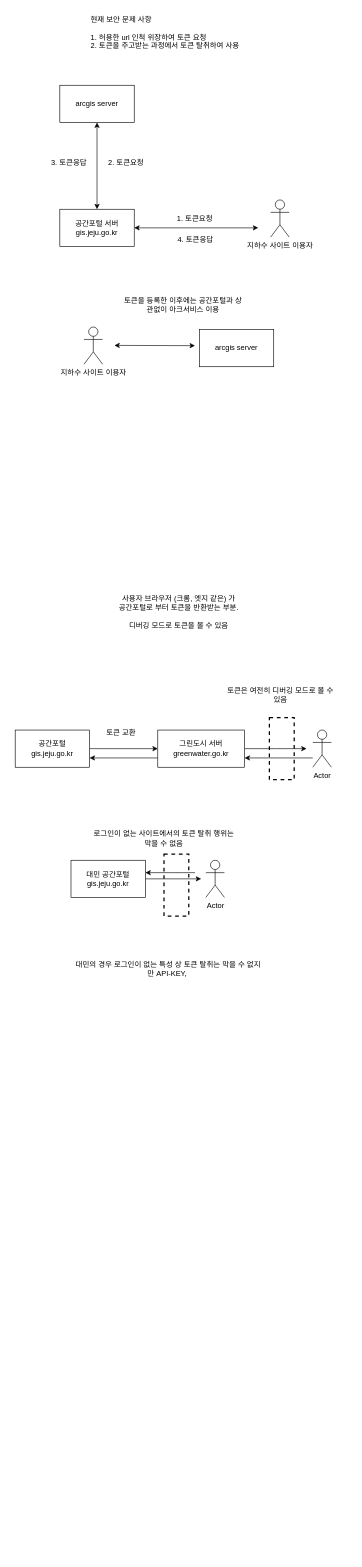
Before: 제목 없는 다이어그램2.drawio in nadale28/drawio, a draw.io diagram. Source tidied: cells renumbered, new cells numbered last; positions are measured from the earlier drawing's top-left corner, leaving out a move shared by most shapes. Both pictures are drawn from the tidied source at 62%, with x=0, y=0 at pixel (15, 11).
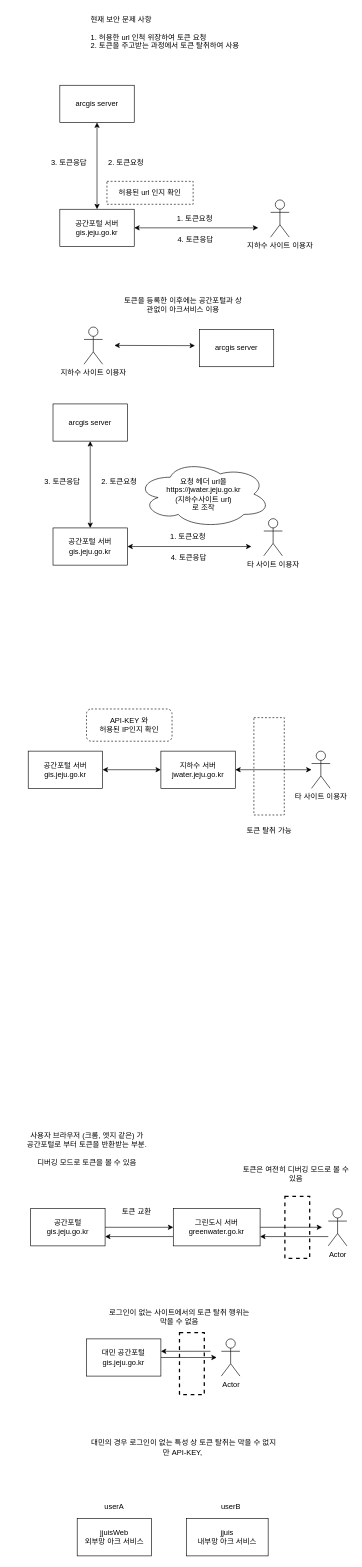
The same page after the edit.

Commit message (it also covers changes not shown here):
제목 없는 다이어그램2.drawio 업데이트

Change to the diagram source:
```diff
@@
     <mxCell id="9" value="사용자 브라우저 (크롬, 엣지 같은) 가&lt;br&gt;공간포털로 부터 토큰을 반환받는 부분.&lt;br&gt;&lt;br&gt;디버깅 모드로 토큰을 볼 수 있음" style="text;html=1;strokeColor=none;fillColor=none;align=center;verticalAlign=middle;whiteSpace=wrap;rounded=0;" parent="1" vertex="1">
-      <mxGeometry x="141" y="930" width="246" height="80" as="geometry" />
+      <mxGeometry x="-7" y="1796" width="246" height="80" as="geometry" />
     </mxCell>
@@
     <mxCell id="11" value="공간포털&lt;br&gt;gis.jeju.go.kr" style="rounded=0;whiteSpace=wrap;html=1;" parent="1" vertex="1">
-      <mxGeometry y="1160" width="120" height="60" as="geometry" />
+      <mxGeometry x="25" y="1932" width="120" height="60" as="geometry" />
     </mxCell>
     <mxCell id="12" style="edgeStyle=orthogonalEdgeStyle;rounded=0;jettySize=auto;html=1;entryX=1;entryY=0.75;entryDx=0;entryDy=0;" parent="1" edge="1" source="14" target="11">
       <mxGeometry relative="1" as="geometry">
         <Array as="points">
-          <mxPoint x="260" y="1205" />
-          <mxPoint x="260" y="1205" />
+          <mxPoint x="285" y="1977" />
+          <mxPoint x="285" y="1977" />
         </Array>
       </mxGeometry>
     </mxCell>
     <mxCell id="13" style="edgeStyle=orthogonalEdgeStyle;rounded=0;jettySize=auto;html=1;" parent="1" edge="1" source="14">
       <mxGeometry relative="1" as="geometry">
-        <mxPoint x="470" y="1190" as="targetPoint" />
+        <mxPoint x="495" y="1962" as="targetPoint" />
       </mxGeometry>
     </mxCell>
     <mxCell id="14" value="그린도시 서버&lt;br&gt;greenwater.go.kr" style="rounded=0;whiteSpace=wrap;html=1;" parent="1" vertex="1">
-      <mxGeometry x="230" y="1160" width="140" height="60" as="geometry" />
+      <mxGeometry x="255" y="1932" width="140" height="60" as="geometry" />
     </mxCell>
     <mxCell id="15" value="토큰 교환" style="text;html=1;strokeColor=none;fillColor=none;align=center;verticalAlign=middle;whiteSpace=wrap;rounded=0;" parent="1" vertex="1">
-      <mxGeometry x="141" y="1150" width="60" height="30" as="geometry" />
+      <mxGeometry x="166" y="1922" width="60" height="30" as="geometry" />
     </mxCell>
     <mxCell id="16" style="edgeStyle=orthogonalEdgeStyle;rounded=0;jettySize=auto;html=1;entryX=1;entryY=0.75;entryDx=0;entryDy=0;" parent="1" edge="1" source="17" target="14">
       <mxGeometry relative="1" as="geometry">
         <Array as="points">
-          <mxPoint x="460" y="1205" />
-          <mxPoint x="460" y="1205" />
+          <mxPoint x="485" y="1977" />
+          <mxPoint x="485" y="1977" />
         </Array>
       </mxGeometry>
     </mxCell>
     <mxCell id="17" value="Actor" style="shape=umlActor;verticalLabelPosition=bottom;verticalAlign=top;html=1;outlineConnect=0;" parent="1" vertex="1">
-      <mxGeometry x="480" y="1160" width="30" height="60" as="geometry" />
+      <mxGeometry x="505" y="1932" width="30" height="60" as="geometry" />
     </mxCell>
     <mxCell id="18" style="rounded=0;whiteSpace=wrap;html=1;dashed=1;fillColor=none;strokeWidth=2;" parent="1" vertex="1">
-      <mxGeometry x="410" y="1140" width="40" height="100" as="geometry" />
+      <mxGeometry x="435" y="1912" width="40" height="100" as="geometry" />
     </mxCell>
     <mxCell id="19" value="토큰은 여전히 디버깅 모드로 볼 수 있음" style="text;html=1;strokeColor=none;fillColor=none;align=center;verticalAlign=middle;whiteSpace=wrap;rounded=0;" parent="1" vertex="1">
-      <mxGeometry x="337.5" y="1089" width="180" height="30" as="geometry" />
+      <mxGeometry x="362.5" y="1861" width="180" height="30" as="geometry" />
     </mxCell>
     <mxCell id="20" style="edgeStyle=orthogonalEdgeStyle;rounded=0;jettySize=auto;html=1;" parent="1" edge="1" source="21">
       <mxGeometry relative="1" as="geometry">
-        <mxPoint x="300" y="1400" as="targetPoint" />
+        <mxPoint x="325" y="2172" as="targetPoint" />
       </mxGeometry>
     </mxCell>
     <mxCell id="21" value="대민 공간포털&lt;br&gt;gis.jeju.go.kr" style="rounded=0;whiteSpace=wrap;html=1;" parent="1" vertex="1">
-      <mxGeometry x="90" y="1370" width="120" height="60" as="geometry" />
+      <mxGeometry x="115" y="2142" width="120" height="60" as="geometry" />
     </mxCell>
     <mxCell id="22" style="edgeStyle=orthogonalEdgeStyle;rounded=0;jettySize=auto;html=1;" parent="1" edge="1" target="21">
       <mxGeometry relative="1" as="geometry">
-        <mxPoint x="290" y="1390" as="sourcePoint" />
+        <mxPoint x="315" y="2162" as="sourcePoint" />
         <Array as="points">
-          <mxPoint x="270" y="1390" />
-          <mxPoint x="270" y="1390" />
+          <mxPoint x="295" y="2162" />
+          <mxPoint x="295" y="2162" />
         </Array>
       </mxGeometry>
     </mxCell>
     <mxCell id="23" value="Actor" style="shape=umlActor;verticalLabelPosition=bottom;verticalAlign=top;html=1;" parent="1" vertex="1">
-      <mxGeometry x="307.5" y="1370" width="30" height="60" as="geometry" />
+      <mxGeometry x="332.5" y="2142" width="30" height="60" as="geometry" />
     </mxCell>
     <mxCell id="24" value="로그인이 없는 사이트에서의 토큰 탈취 행위는 막을 수 없음" style="text;html=1;strokeColor=none;fillColor=none;align=center;verticalAlign=middle;whiteSpace=wrap;rounded=0;" parent="1" vertex="1">
-      <mxGeometry x="120" y="1320" width="240" height="30" as="geometry" />
+      <mxGeometry x="145" y="2092" width="240" height="30" as="geometry" />
     </mxCell>
     <mxCell id="25" style="rounded=0;whiteSpace=wrap;html=1;dashed=1;fillColor=none;strokeWidth=2;" parent="1" vertex="1">
-      <mxGeometry x="240" y="1360" width="40" height="100" as="geometry" />
+      <mxGeometry x="265" y="2132" width="40" height="100" as="geometry" />
     </mxCell>
     <mxCell id="26" value="대민의 경우 로그인이 없는 특성 상 토큰 탈취는 막을 수 없지만 API-KEY,&amp;nbsp;" style="text;html=1;strokeColor=none;fillColor=none;align=center;verticalAlign=middle;whiteSpace=wrap;rounded=0;" parent="1" vertex="1">
-      <mxGeometry x="94" y="1530" width="306" height="30" as="geometry" />
+      <mxGeometry x="119" y="2302" width="306" height="30" as="geometry" />
     </mxCell>
@@
+    <mxCell id="34" value="공간포털 서버&lt;br&gt;gis.jeju.go.kr" style="rounded=0;whiteSpace=wrap;html=1;" parent="1" vertex="1">
+      <mxGeometry x="61" y="834" width="120" height="60" as="geometry" />
+    </mxCell>
+    <mxCell id="35" value="arcgis server" style="rounded=0;whiteSpace=wrap;html=1;" parent="1" vertex="1">
+      <mxGeometry x="61" y="634" width="120" height="60" as="geometry" />
+    </mxCell>
+    <mxCell id="36" style="endArrow=classic;html=1;rounded=0;entryX=0.5;entryY=1;entryDx=0;entryDy=0;startArrow=classic;startFill=1;" parent="1" edge="1" target="35">
+      <mxGeometry relative="1" as="geometry">
+        <mxPoint x="121" y="834" as="sourcePoint" />
+      </mxGeometry>
+    </mxCell>
+    <mxCell id="37" value="2. 토큰요청" style="text;html=1;strokeColor=none;fillColor=none;align=center;verticalAlign=middle;whiteSpace=wrap;rounded=0;" parent="1" vertex="1">
+      <mxGeometry x="133" y="744" width="70" height="30" as="geometry" />
+    </mxCell>
+    <mxCell id="38" style="endArrow=classic;html=1;rounded=0;entryX=1;entryY=0.5;entryDx=0;entryDy=0;startArrow=classic;startFill=1;" parent="1" edge="1" target="34">
+      <mxGeometry relative="1" as="geometry">
+        <mxPoint x="381" y="864" as="sourcePoint" />
+      </mxGeometry>
+    </mxCell>
+    <mxCell id="39" value="1. 토큰요청" style="text;html=1;strokeColor=none;fillColor=none;align=center;verticalAlign=middle;whiteSpace=wrap;rounded=0;" parent="1" vertex="1">
+      <mxGeometry x="237" y="834" width="84" height="30" as="geometry" />
+    </mxCell>
+    <mxCell id="40" value="타 사이트 이용자" style="shape=umlActor;verticalLabelPosition=bottom;verticalAlign=top;html=1;" parent="1" vertex="1">
+      <mxGeometry x="401" y="819" width="30" height="60" as="geometry" />
+    </mxCell>
+    <mxCell id="41" value="3. 토큰응답" style="text;html=1;strokeColor=none;fillColor=none;align=center;verticalAlign=middle;whiteSpace=wrap;rounded=0;" parent="1" vertex="1">
+      <mxGeometry x="41" y="744" width="70" height="30" as="geometry" />
+    </mxCell>
+    <mxCell id="42" value="4. 토큰응답" style="text;html=1;strokeColor=none;fillColor=none;align=center;verticalAlign=middle;whiteSpace=wrap;rounded=0;" parent="1" vertex="1">
+      <mxGeometry x="245" y="868" width="70" height="30" as="geometry" />
+    </mxCell>
+    <mxCell id="43" value="요청 헤더 url을&lt;br&gt;https://jwater.jeju.go.kr &lt;br&gt;(지하수사이트 url)&lt;br&gt;로 조작" style="ellipse;shape=cloud;whiteSpace=wrap;html=1;" parent="1" vertex="1">
+      <mxGeometry x="196" y="725" width="216" height="109" as="geometry" />
+    </mxCell>
+    <mxCell id="44" style="edgeStyle=orthogonalEdgeStyle;rounded=0;jettySize=auto;html=1;startArrow=classic;startFill=1;entryX=0;entryY=0.5;entryDx=0;entryDy=0;" parent="1" edge="1" source="45" target="47">
+      <mxGeometry relative="1" as="geometry" />
+    </mxCell>
+    <mxCell id="45" value="공간포털 서버&lt;br&gt;gis.jeju.go.kr" style="rounded=0;whiteSpace=wrap;html=1;" parent="1" vertex="1">
+      <mxGeometry x="21" y="1194" width="120" height="60" as="geometry" />
+    </mxCell>
+    <mxCell id="46" style="edgeStyle=orthogonalEdgeStyle;rounded=0;jettySize=auto;html=1;startArrow=classic;startFill=1;" parent="1" edge="1" source="47" target="48">
+      <mxGeometry relative="1" as="geometry" />
+    </mxCell>
+    <mxCell id="47" value="지하수 서버&lt;br&gt;jwater.jeju.go.kr" style="rounded=0;whiteSpace=wrap;html=1;" parent="1" vertex="1">
+      <mxGeometry x="235" y="1194" width="120" height="60" as="geometry" />
+    </mxCell>
+    <mxCell id="48" value="타 사이트 이용자" style="shape=umlActor;verticalLabelPosition=bottom;verticalAlign=top;html=1;outlineConnect=0;" parent="1" vertex="1">
+      <mxGeometry x="478" y="1194" width="30" height="60" as="geometry" />
+    </mxCell>
+    <mxCell id="49" value="허용된 url 인지 확인" style="rounded=0;whiteSpace=wrap;html=1;dashed=1;" parent="1" vertex="1">
+      <mxGeometry x="148" y="275" width="139" height="37" as="geometry" />
+    </mxCell>
+    <mxCell id="50" value="API-KEY 와&lt;br&gt;허용된 IP인지 확인" style="rounded=1;whiteSpace=wrap;html=1;dashed=1;" parent="1" vertex="1">
+      <mxGeometry x="115" y="1126" width="138" height="52" as="geometry" />
+    </mxCell>
+    <mxCell id="51" style="rounded=0;whiteSpace=wrap;html=1;fillColor=none;dashed=1;" parent="1" vertex="1">
+      <mxGeometry x="385" y="1140" width="49" height="157" as="geometry" />
+    </mxCell>
+    <mxCell id="52" value="토큰 탈취 가능" style="text;html=1;strokeColor=none;fillColor=none;align=center;verticalAlign=middle;whiteSpace=wrap;rounded=0;" parent="1" vertex="1">
+      <mxGeometry x="361.8" y="1308" width="95.5" height="30" as="geometry" />
+    </mxCell>
+    <mxCell id="53" value="jjuisWeb&lt;br&gt;외부망 아크 서비스" style="rounded=0;whiteSpace=wrap;html=1;" parent="1" vertex="1">
+      <mxGeometry x="100" y="2432" width="120" height="60" as="geometry" />
+    </mxCell>
+    <mxCell id="54" value="jjuis&lt;br&gt;내부망 아크 서비스" style="rounded=0;whiteSpace=wrap;html=1;" parent="1" vertex="1">
+      <mxGeometry x="276" y="2432" width="132" height="60" as="geometry" />
+    </mxCell>
+    <mxCell id="55" value="userA" style="text;html=1;strokeColor=none;fillColor=none;align=center;verticalAlign=middle;whiteSpace=wrap;rounded=0;" parent="1" vertex="1">
+      <mxGeometry x="130" y="2398" width="60" height="30" as="geometry" />
+    </mxCell>
+    <mxCell id="56" value="userB" style="text;html=1;strokeColor=none;fillColor=none;align=center;verticalAlign=middle;whiteSpace=wrap;rounded=0;" parent="1" vertex="1">
+      <mxGeometry x="317.5" y="2398" width="60" height="30" as="geometry" />
+    </mxCell>
```
